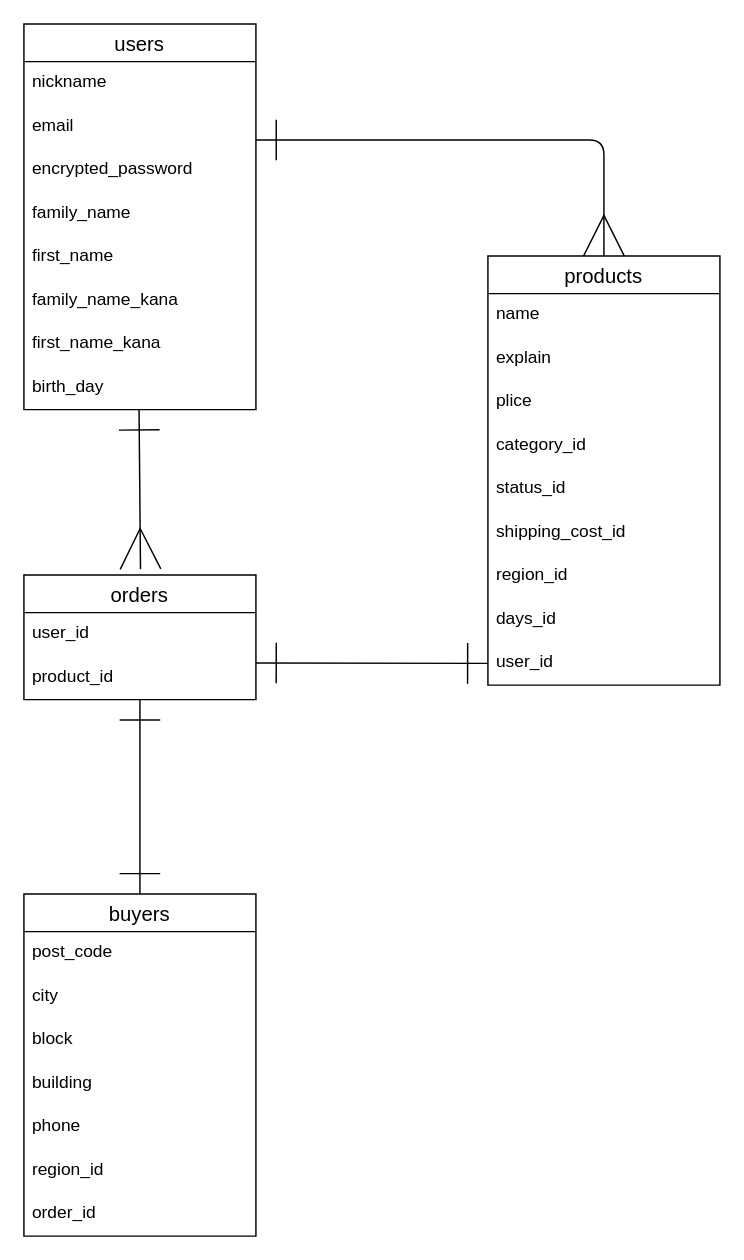
miyamotomizuki/furima-39341 keeps this draw.io diagram as .dio. Above is the earlier version. Source tidied: cells renumbered, new cells numbered last; positions are measured from the earlier drawing's top-left corner, leaving out a move shared by most shapes. Both pictures are drawn from the tidied source at 145%, with x=0, y=0 at pixel (23, 23).
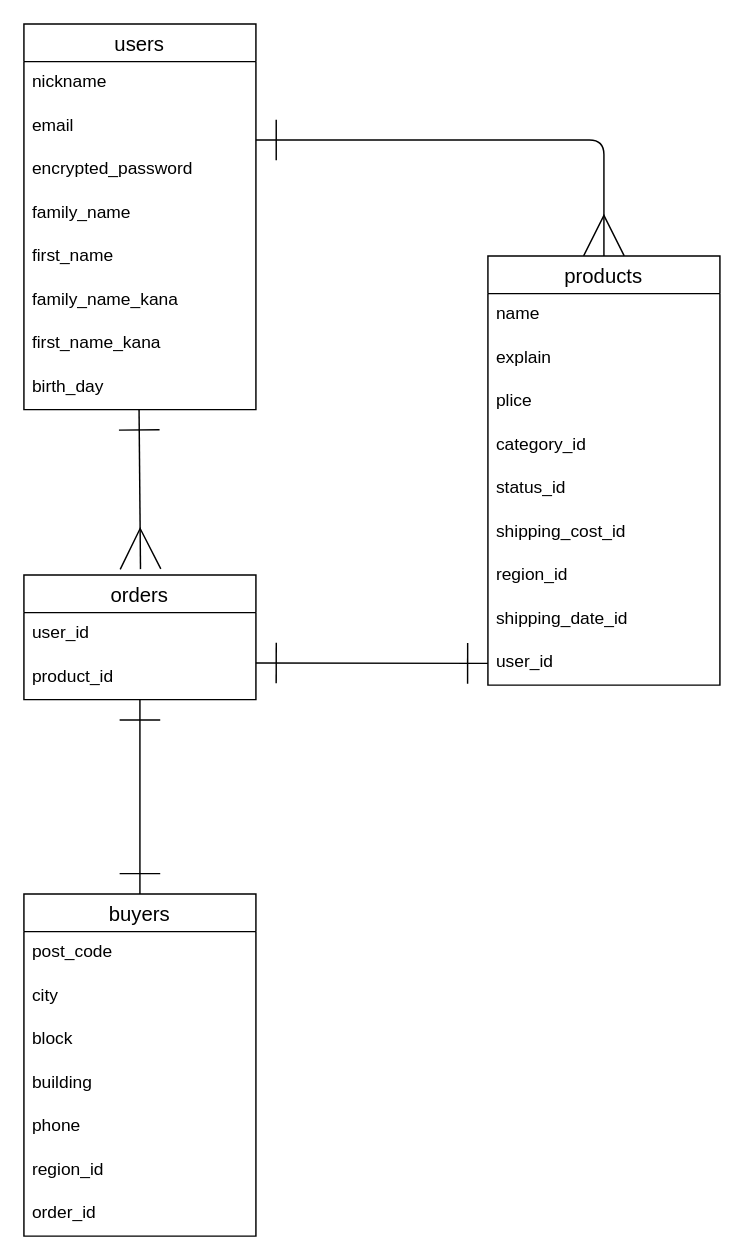
The same diagram, later.

Commit message:
ER図の発送日目安のカラム名変更

The change refers to these unchanged cells:
```xml
<mxCell id="24" value="products" style="swimlane;fontStyle=0;horizontal=1;startSize=26;align=center;fontSize=14;" parent="1" vertex="1">
  <mxGeometry x="320" y="160" width="160" height="296" as="geometry" />
</mxCell>
```

Diff of the diagram source:
```diff
@@
-    <mxCell id="32" value="days_id" style="text;strokeColor=none;fillColor=none;spacingLeft=4;spacingRight=4;overflow=hidden;fontSize=12;" parent="24" vertex="1">
+    <mxCell id="32" value="shipping_date_id" style="text;strokeColor=none;fillColor=none;spacingLeft=4;spacingRight=4;overflow=hidden;fontSize=12;" parent="24" vertex="1">
       <mxGeometry y="236" width="160" height="30" as="geometry" />
     </mxCell>
```
